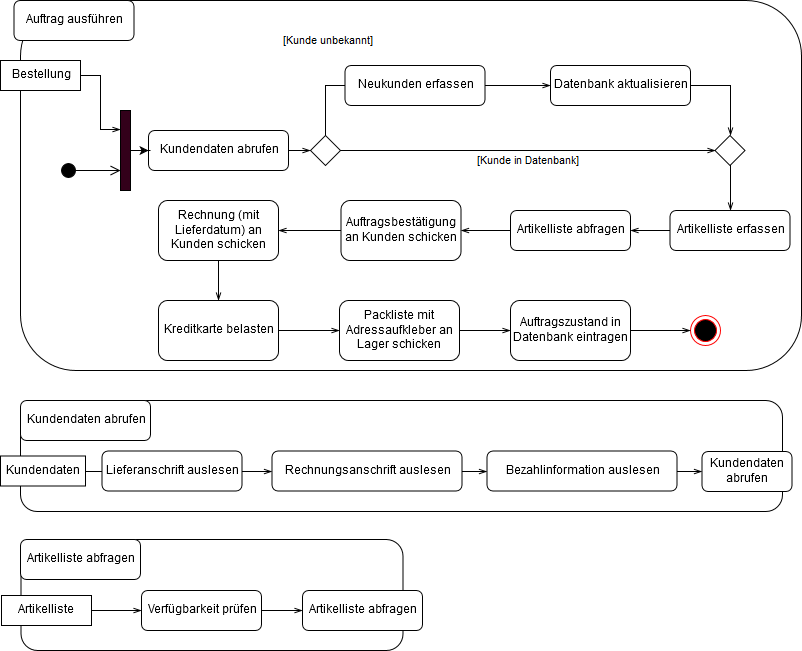
Above: UML/Blatt2/Aufgabe_6.png in sweIhm-ws2018-19/skillproject-fr-33 (draw.io), before the change. Source tidied: cells renumbered, new cells last; positions are measured from the earlier drawing's top-left corner, leaving out a move shared by most shapes.
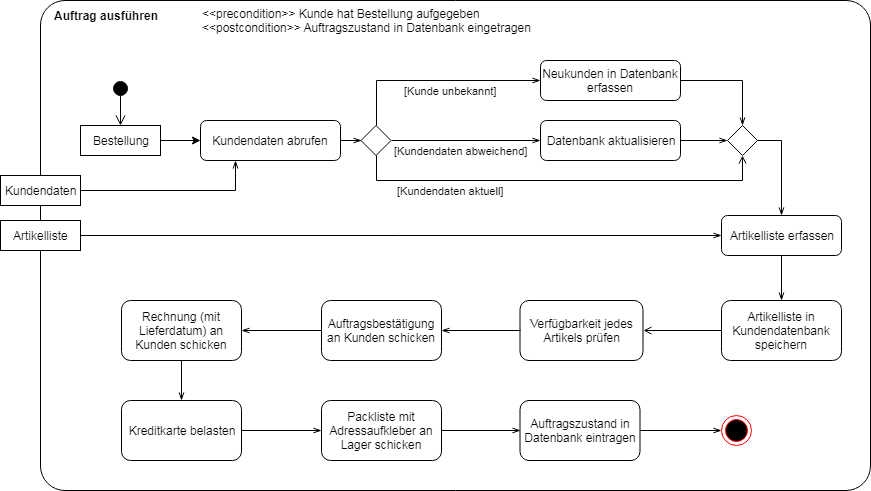
After the commit.

Commit message:
Blatt 2 Aufgabe 6

closes #6

What changed in the source:
```diff
@@ -2,154 +2,129 @@
   <root>
     <mxCell id="0" />
     <mxCell id="1" parent="0" />
-    <mxCell id="2" style="rounded=1;whiteSpace=wrap;html=1;fillColor=none;" parent="1" vertex="1">
-      <mxGeometry x="20" width="781" height="370" as="geometry" />
-    </mxCell>
-    <mxCell id="3" style="rounded=1;whiteSpace=wrap;html=1;fillColor=none;" parent="1" vertex="1">
-      <mxGeometry x="20.5" y="539" width="382" height="111" as="geometry" />
-    </mxCell>
-    <mxCell id="4" style="rounded=1;whiteSpace=wrap;html=1;fillColor=none;" parent="1" vertex="1">
-      <mxGeometry x="20" y="400" width="762" height="111" as="geometry" />
-    </mxCell>
-    <mxCell id="5" value="Auftrag ausführen" style="rounded=1;whiteSpace=wrap;html=1;" parent="1" vertex="1">
-      <mxGeometry x="13.5" width="120" height="40" as="geometry" />
-    </mxCell>
+    <mxCell id="51" style="rounded=1;whiteSpace=wrap;html=1;shadow=0;comic=0;strokeWidth=1;fillColor=none;arcSize=5;" parent="1" vertex="1">
+      <mxGeometry x="20" width="830" height="490" as="geometry" />
+    </mxCell>
     <mxCell id="6" style="edgeStyle=orthogonalEdgeStyle;rounded=0;html=1;entryX=0;entryY=0.5;endArrow=openThin;endFill=0;jettySize=auto;" parent="1" edge="1" source="7" target="43">
       <mxGeometry relative="1" as="geometry" />
     </mxCell>
     <mxCell id="7" value="Kundendaten abrufen" style="rounded=1;whiteSpace=wrap;html=1;" parent="1" vertex="1">
-      <mxGeometry x="148" y="130" width="140" height="40" as="geometry" />
+      <mxGeometry x="180" y="120" width="140" height="40" as="geometry" />
     </mxCell>
-    <mxCell id="8" style="edgeStyle=orthogonalEdgeStyle;rounded=0;html=1;entryX=0;entryY=0.238;entryPerimeter=0;endArrow=openThin;endFill=0;jettySize=auto;" parent="1" edge="1" source="9" target="39">
-      <mxGeometry relative="1" as="geometry" />
-    </mxCell>
     <mxCell id="9" value="Bestellung" style="rounded=0;whiteSpace=wrap;html=1;" parent="1" vertex="1">
-      <mxGeometry y="60" width="80" height="30" as="geometry" />
+      <mxGeometry x="60" y="125" width="80" height="30" as="geometry" />
     </mxCell>
     <mxCell id="10" style="edgeStyle=orthogonalEdgeStyle;rounded=0;html=1;endArrow=openThin;endFill=0;jettySize=auto;" parent="1" edge="1" source="11" target="24">
       <mxGeometry relative="1" as="geometry" />
     </mxCell>
     <mxCell id="11" value="Auftragsbestätigung an Kunden schicken" style="rounded=1;whiteSpace=wrap;html=1;" parent="1" vertex="1">
-      <mxGeometry x="340.5" y="200" width="120" height="60" as="geometry" />
+      <mxGeometry x="301" y="300" width="120" height="60" as="geometry" />
     </mxCell>
     <mxCell id="12" style="ellipse;html=1;shape=endState;fillColor=#000000;strokeColor=#ff0000;" parent="1" vertex="1">
-      <mxGeometry x="690" y="315" width="30" height="30" as="geometry" />
+      <mxGeometry x="701" y="415" width="30" height="30" as="geometry" />
     </mxCell>
-    <mxCell id="13" style="edgeStyle=orthogonalEdgeStyle;rounded=0;html=1;entryX=0;entryY=0.5;jettySize=auto;" parent="1" edge="1" source="39" target="7">
+    <mxCell id="13" style="edgeStyle=orthogonalEdgeStyle;rounded=0;html=1;entryX=0;entryY=0.5;jettySize=auto;exitX=1;exitY=0.5;" parent="1" edge="1" source="9" target="7">
       <mxGeometry relative="1" as="geometry" />
     </mxCell>
-    <mxCell id="14" style="edgeStyle=orthogonalEdgeStyle;rounded=0;html=1;exitX=1;exitY=0.5;endArrow=openThin;endFill=0;jettySize=auto;" parent="1" edge="1" source="15" target="31">
+    <mxCell id="14" style="edgeStyle=orthogonalEdgeStyle;rounded=0;html=1;exitX=1;exitY=0.5;endArrow=openThin;endFill=0;jettySize=auto;entryX=0.25;entryY=1;" parent="1" edge="1" source="15" target="7">
       <mxGeometry relative="1" as="geometry" />
     </mxCell>
     <mxCell id="15" value="Kundendaten" style="html=1;fillColor=#ffffff;" parent="1" vertex="1">
-      <mxGeometry y="455.5" width="85" height="30" as="geometry" />
+      <mxGeometry x="-20" y="175" width="80" height="30" as="geometry" />
     </mxCell>
-    <mxCell id="16" style="edgeStyle=orthogonalEdgeStyle;rounded=0;html=1;entryX=0;entryY=0.5;endArrow=openThin;endFill=0;jettySize=auto;" parent="1" edge="1" source="17" target="22">
+    <mxCell id="16" style="edgeStyle=orthogonalEdgeStyle;rounded=0;html=1;endArrow=openThin;endFill=0;jettySize=auto;entryX=0;entryY=0.5;" parent="1" edge="1" source="17" target="50">
       <mxGeometry relative="1" as="geometry" />
     </mxCell>
     <mxCell id="17" value="Artikelliste" style="html=1;fillColor=#ffffff;" parent="1" vertex="1">
-      <mxGeometry x="1" y="595" width="90" height="30" as="geometry" />
+      <mxGeometry x="-20" y="220" width="80" height="30" as="geometry" />
     </mxCell>
     <mxCell id="18" style="edgeStyle=orthogonalEdgeStyle;rounded=0;html=1;entryX=0;entryY=0.5;endArrow=openThin;endFill=0;jettySize=auto;" parent="1" edge="1" source="19" target="12">
       <mxGeometry relative="1" as="geometry" />
     </mxCell>
     <mxCell id="19" value="Auftragszustand in Datenbank eintragen" style="rounded=1;whiteSpace=wrap;html=1;fillColor=#ffffff;" parent="1" vertex="1">
-      <mxGeometry x="510" y="300" width="120" height="60" as="geometry" />
+      <mxGeometry x="499.5" y="400" width="120" height="60" as="geometry" />
     </mxCell>
-    <mxCell id="20" value="Artikelliste abfragen" style="rounded=1;whiteSpace=wrap;html=1;fillColor=#ffffff;" parent="1" vertex="1">
-      <mxGeometry x="302" y="590" width="120" height="40" as="geometry" />
-    </mxCell>
-    <mxCell id="21" style="edgeStyle=orthogonalEdgeStyle;rounded=0;html=1;endArrow=openThin;endFill=0;jettySize=auto;" parent="1" edge="1" source="22" target="20">
-      <mxGeometry relative="1" as="geometry" />
-    </mxCell>
-    <mxCell id="22" value="Verfügbarkeit prüfen" style="rounded=1;whiteSpace=wrap;html=1;fillColor=#ffffff;" parent="1" vertex="1">
-      <mxGeometry x="141" y="590" width="120" height="40" as="geometry" />
+    <mxCell id="22" value="Verfügbarkeit jedes Artikels prüfen" style="rounded=1;whiteSpace=wrap;html=1;fillColor=#ffffff;" parent="1" vertex="1">
+      <mxGeometry x="499.5" y="300" width="123" height="60" as="geometry" />
     </mxCell>
     <mxCell id="23" style="edgeStyle=orthogonalEdgeStyle;rounded=0;html=1;entryX=0.5;entryY=0;endArrow=openThin;endFill=0;jettySize=auto;" parent="1" edge="1" source="24" target="26">
       <mxGeometry relative="1" as="geometry" />
     </mxCell>
     <mxCell id="24" value="Rechnung (mit Lieferdatum) an Kunden schicken" style="rounded=1;whiteSpace=wrap;html=1;fillColor=#ffffff;" parent="1" vertex="1">
-      <mxGeometry x="158" y="200" width="120" height="60" as="geometry" />
+      <mxGeometry x="101" y="300" width="120" height="60" as="geometry" />
     </mxCell>
     <mxCell id="25" style="edgeStyle=orthogonalEdgeStyle;rounded=0;html=1;endArrow=openThin;endFill=0;jettySize=auto;" parent="1" edge="1" source="26" target="28">
       <mxGeometry relative="1" as="geometry" />
     </mxCell>
     <mxCell id="26" value="Kreditkarte belasten" style="rounded=1;whiteSpace=wrap;html=1;fillColor=#ffffff;" parent="1" vertex="1">
-      <mxGeometry x="158" y="300" width="120" height="60" as="geometry" />
+      <mxGeometry x="101" y="400" width="120" height="60" as="geometry" />
     </mxCell>
     <mxCell id="27" style="edgeStyle=orthogonalEdgeStyle;rounded=0;html=1;entryX=0;entryY=0.5;endArrow=openThin;endFill=0;jettySize=auto;" parent="1" edge="1" source="28" target="19">
       <mxGeometry relative="1" as="geometry" />
     </mxCell>
     <mxCell id="28" value="Packliste mit Adressaufkleber an Lager schicken" style="rounded=1;whiteSpace=wrap;html=1;fillColor=#ffffff;" parent="1" vertex="1">
-      <mxGeometry x="339" y="300" width="120" height="60" as="geometry" />
+      <mxGeometry x="301" y="400" width="120" height="60" as="geometry" />
     </mxCell>
-    <mxCell id="29" value="Kundendaten abrufen" style="rounded=1;whiteSpace=wrap;html=1;fillColor=#ffffff;" parent="1" vertex="1">
-      <mxGeometry x="20" y="400" width="130" height="40" as="geometry" />
-    </mxCell>
-    <mxCell id="30" style="edgeStyle=orthogonalEdgeStyle;rounded=0;html=1;endArrow=openThin;endFill=0;jettySize=auto;" parent="1" edge="1" source="31" target="34">
-      <mxGeometry relative="1" as="geometry" />
-    </mxCell>
-    <mxCell id="31" value="Rechnungsanschrift auslesen" style="rounded=1;whiteSpace=wrap;html=1;" parent="1" vertex="1">
-      <mxGeometry x="271.5" y="450.5" width="190" height="40" as="geometry" />
-    </mxCell>
-    <mxCell id="32" value="Lieferanschrift auslesen" style="rounded=1;whiteSpace=wrap;html=1;" parent="1" vertex="1">
-      <mxGeometry x="101.5" y="450.5" width="140" height="40" as="geometry" />
-    </mxCell>
-    <mxCell id="33" style="edgeStyle=orthogonalEdgeStyle;rounded=0;html=1;endArrow=openThin;endFill=0;jettySize=auto;" parent="1" edge="1" source="34" target="35">
-      <mxGeometry relative="1" as="geometry" />
-    </mxCell>
-    <mxCell id="34" value="Bezahlinformation auslesen" style="rounded=1;whiteSpace=wrap;html=1;" parent="1" vertex="1">
-      <mxGeometry x="486.5" y="450.5" width="190" height="40" as="geometry" />
-    </mxCell>
-    <mxCell id="35" value="Kundendaten abrufen" style="rounded=1;whiteSpace=wrap;html=1;" parent="1" vertex="1">
-      <mxGeometry x="701.5" y="451" width="90" height="40" as="geometry" />
-    </mxCell>
-    <mxCell id="36" value="Artikelliste abfragen" style="rounded=1;whiteSpace=wrap;html=1;fillColor=#ffffff;" parent="1" vertex="1">
-      <mxGeometry x="20" y="539" width="120" height="40" as="geometry" />
-    </mxCell>
-    <mxCell id="37" style="edgeStyle=orthogonalEdgeStyle;rounded=0;html=1;endArrow=openThin;endFill=0;jettySize=auto;" parent="1" edge="1" source="38" target="11">
+    <mxCell id="37" style="edgeStyle=orthogonalEdgeStyle;rounded=0;html=1;endArrow=openThin;endFill=0;jettySize=auto;exitX=0;exitY=0.5;" parent="1" edge="1" source="22" target="11">
       <mxGeometry relative="1" as="geometry" />
     </mxCell>
-    <mxCell id="38" value="Artikelliste abfragen" style="rounded=1;whiteSpace=wrap;html=1;fillColor=#ffffff;" parent="1" vertex="1">
-      <mxGeometry x="510" y="210" width="120" height="40" as="geometry" />
-    </mxCell>
-    <mxCell id="39" style="html=1;points=[];perimeter=orthogonalPerimeter;fillColor=#33001A;" parent="1" vertex="1">
-      <mxGeometry x="120" y="110" width="10" height="80" as="geometry" />
-    </mxCell>
-    <mxCell id="40" style="html=1;verticalAlign=bottom;startArrow=circle;startFill=1;endArrow=open;startSize=6;endSize=8;" parent="1" edge="1" target="39">
+    <mxCell id="40" style="html=1;verticalAlign=bottom;startArrow=circle;startFill=1;endArrow=open;startSize=6;endSize=8;entryX=0.5;entryY=0;" parent="1" edge="1" target="9">
       <mxGeometry y="40" relative="1" as="geometry">
-        <mxPoint x="60" y="170" as="sourcePoint" />
+        <mxPoint x="100" y="80" as="sourcePoint" />
       </mxGeometry>
     </mxCell>
-    <mxCell id="41" value="[Kunde in Datenbank]" style="edgeStyle=orthogonalEdgeStyle;rounded=0;html=1;endArrow=openThin;endFill=0;jettySize=auto;exitX=1;exitY=0.5;entryX=0;entryY=0.5;" parent="1" edge="1" source="43" target="48">
-      <mxGeometry y="-10" relative="1" as="geometry" />
+    <mxCell id="41" value="[Kundendaten abweichend]" style="edgeStyle=orthogonalEdgeStyle;rounded=0;html=1;endArrow=openThin;endFill=0;jettySize=auto;exitX=1;exitY=0.5;entryX=0;entryY=0.5;" parent="1" edge="1" source="43" target="45">
+      <mxGeometry x="-0.07" y="-10" relative="1" as="geometry" />
     </mxCell>
-    <mxCell id="42" value="[Kunde unbekannt]" style="edgeStyle=orthogonalEdgeStyle;rounded=0;html=1;entryX=0;entryY=0.5;endArrow=openThin;endFill=0;jettySize=auto;exitX=0.5;exitY=0;" parent="1" edge="1" source="43" target="45">
-      <mxGeometry x="-0.62" y="45" relative="1" as="geometry" />
+    <mxCell id="42" value="[Kunde unbekannt]" style="edgeStyle=orthogonalEdgeStyle;rounded=0;html=1;entryX=0;entryY=0.5;endArrow=openThin;endFill=0;jettySize=auto;exitX=0.5;exitY=0;" parent="1" edge="1" source="43" target="46">
+      <mxGeometry x="0.14" y="-10" relative="1" as="geometry" />
     </mxCell>
+    <mxCell id="52" value="[Kundendaten aktuell]" style="edgeStyle=orthogonalEdgeStyle;rounded=0;html=1;exitX=0.5;exitY=1;jettySize=auto;entryX=0.5;entryY=1;endArrow=open;endFill=0;" parent="1" edge="1" source="43" target="48">
+      <mxGeometry x="-0.52" y="-10" relative="1" as="geometry">
+        <Array as="points">
+          <mxPoint x="356" y="180" />
+          <mxPoint x="722" y="180" />
+        </Array>
+      </mxGeometry>
+    </mxCell>
     <mxCell id="43" style="rhombus;whiteSpace=wrap;html=1;fillColor=none;" parent="1" vertex="1">
-      <mxGeometry x="310" y="135" width="30" height="30" as="geometry" />
+      <mxGeometry x="340.5" y="125" width="30" height="30" as="geometry" />
     </mxCell>
-    <mxCell id="44" style="edgeStyle=orthogonalEdgeStyle;rounded=0;html=1;entryX=0.5;entryY=0;endArrow=openThin;endFill=0;jettySize=auto;" parent="1" edge="1" source="45" target="48">
+    <mxCell id="44" style="edgeStyle=orthogonalEdgeStyle;rounded=0;html=1;entryX=0;entryY=0.5;endArrow=openThin;endFill=0;jettySize=auto;" parent="1" edge="1" source="45" target="48">
       <mxGeometry relative="1" as="geometry" />
     </mxCell>
     <mxCell id="45" value="Datenbank aktualisieren" style="rounded=1;whiteSpace=wrap;html=1;" parent="1" vertex="1">
-      <mxGeometry x="550" y="65" width="140" height="40" as="geometry" />
+      <mxGeometry x="520" y="120" width="140" height="40" as="geometry" />
     </mxCell>
+    <mxCell id="53" style="edgeStyle=orthogonalEdgeStyle;rounded=0;html=1;exitX=1;exitY=0.5;entryX=0.5;entryY=0;jettySize=auto;endArrow=openThin;endFill=0;" parent="1" edge="1" source="46" target="48">
+      <mxGeometry relative="1" as="geometry" />
+    </mxCell>
-    <mxCell id="46" value="Neukunden erfassen" style="rounded=1;whiteSpace=wrap;html=1;" parent="1" vertex="1">
-      <mxGeometry x="344.5" y="65" width="140" height="40" as="geometry" />
+    <mxCell id="46" value="Neukunden in Datenbank erfassen" style="rounded=1;whiteSpace=wrap;html=1;" parent="1" vertex="1">
+      <mxGeometry x="520" y="60" width="140" height="40" as="geometry" />
     </mxCell>
-    <mxCell id="47" style="edgeStyle=orthogonalEdgeStyle;rounded=0;html=1;entryX=0.5;entryY=0;endArrow=openThin;endFill=0;jettySize=auto;" parent="1" edge="1" source="48" target="50">
+    <mxCell id="47" style="edgeStyle=orthogonalEdgeStyle;rounded=0;html=1;entryX=0.5;entryY=0;endArrow=openThin;endFill=0;jettySize=auto;exitX=1;exitY=0.5;" parent="1" edge="1" source="48" target="50">
       <mxGeometry relative="1" as="geometry" />
     </mxCell>
     <mxCell id="48" style="rhombus;whiteSpace=wrap;html=1;fillColor=none;" parent="1" vertex="1">
-      <mxGeometry x="714.5" y="135" width="30" height="30" as="geometry" />
+      <mxGeometry x="707" y="125" width="30" height="30" as="geometry" />
     </mxCell>
-    <mxCell id="49" style="edgeStyle=orthogonalEdgeStyle;rounded=0;html=1;entryX=1;entryY=0.5;endArrow=openThin;endFill=0;jettySize=auto;" parent="1" edge="1" source="50" target="38">
+    <mxCell id="49" style="edgeStyle=orthogonalEdgeStyle;rounded=0;html=1;entryX=0.5;entryY=0;endArrow=openThin;endFill=0;jettySize=auto;exitX=0.5;exitY=1;" parent="1" edge="1" source="50" target="55">
       <mxGeometry relative="1" as="geometry" />
     </mxCell>
     <mxCell id="50" value="Artikelliste erfassen" style="rounded=1;whiteSpace=wrap;html=1;fillColor=#ffffff;" parent="1" vertex="1">
-      <mxGeometry x="669.5" y="210" width="120" height="40" as="geometry" />
+      <mxGeometry x="701" y="215" width="120" height="40" as="geometry" />
     </mxCell>
+    <mxCell id="54" style="edgeStyle=orthogonalEdgeStyle;rounded=0;html=1;exitX=0;exitY=0.5;entryX=1;entryY=0.5;jettySize=auto;endArrow=open;endFill=0;" parent="1" edge="1" source="55" target="22">
+      <mxGeometry relative="1" as="geometry" />
+    </mxCell>
+    <mxCell id="55" value="Artikelliste in Kundendatenbank speichern" style="rounded=1;whiteSpace=wrap;html=1;fillColor=#ffffff;" parent="1" vertex="1">
+      <mxGeometry x="701" y="300" width="120" height="60" as="geometry" />
+    </mxCell>
+    <mxCell id="56" value="&amp;lt;&amp;lt;precondition&amp;gt;&amp;gt; Kunde hat Bestellung aufgegeben&lt;br&gt;&amp;lt;&amp;lt;postcondition&amp;gt;&amp;gt;&amp;nbsp;Auftragszustand in Datenbank eingetragen&lt;br&gt;" style="text;html=1;" parent="1" vertex="1">
+      <mxGeometry x="180" width="210" height="30" as="geometry" />
+    </mxCell>
+    <mxCell id="5" value="Auftrag ausführen" style="text;html=1;strokeColor=none;fillColor=none;align=center;verticalAlign=middle;whiteSpace=wrap;rounded=0;shadow=0;comic=0;fontStyle=1;" parent="1" vertex="1">
+      <mxGeometry x="30" y="5" width="110" height="20" as="geometry" />
+    </mxCell>
   </root>
 </mxGraphModel>
```
